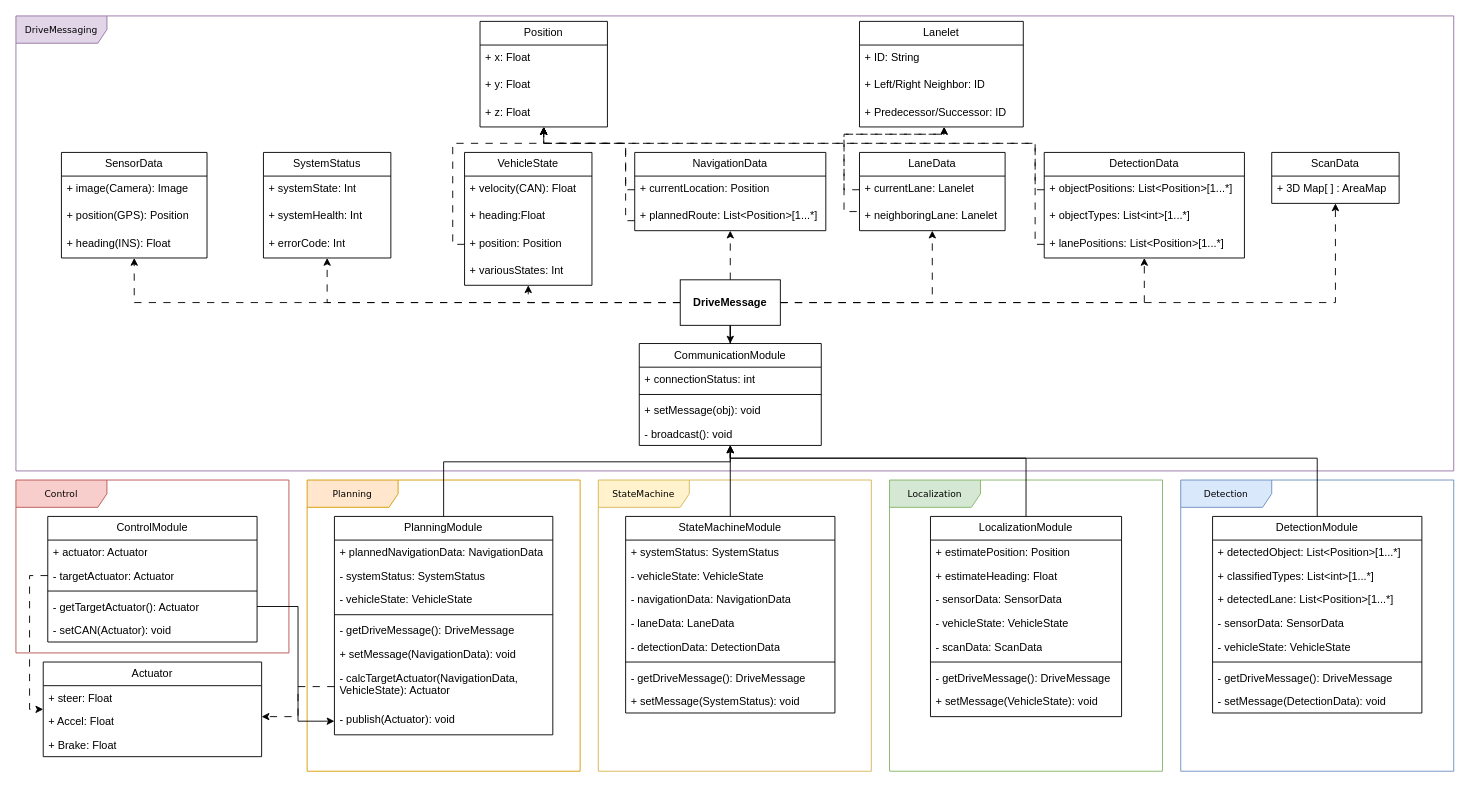
Earlier version of the draw.io diagram document/DriveMessaging.drawio (inha-cvl/mobinha-racing). Source tidied: cells renumbered, new cells numbered last; positions are measured from the earlier drawing's top-left corner, leaving out a move shared by most shapes. Both pictures are drawn from the tidied source at 91%, with x=0, y=0 at pixel (15, 15).
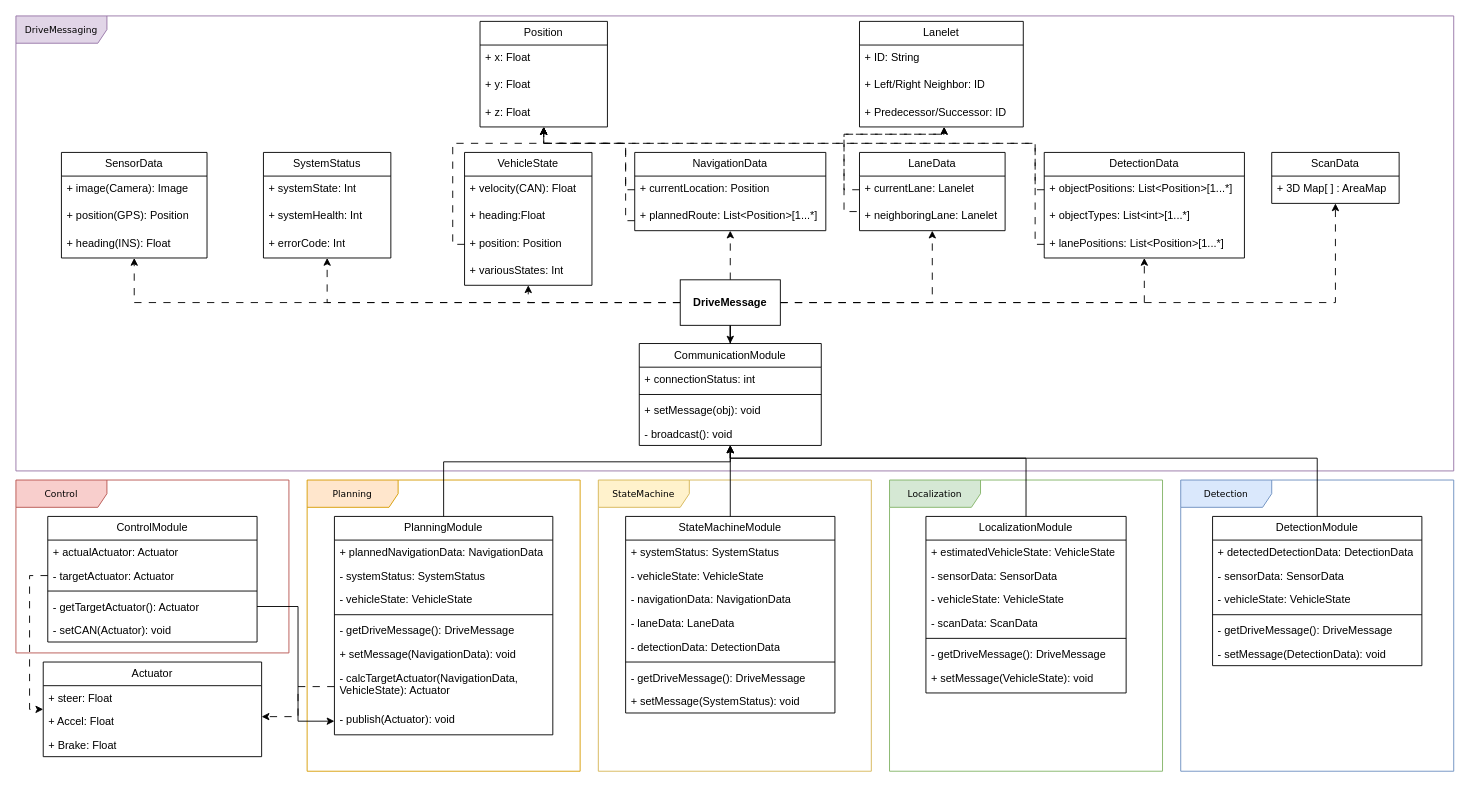
Above is the later version.

The change refers to these unchanged cells:
```xml
<mxCell id="96" value="ControlModule" style="swimlane;fontStyle=0;horizontal=1;startSize=26;fillColor=none;whiteSpace=wrap;html=1;" parent="1" vertex="1">
  <mxGeometry x="35" y="550" width="230" height="138" as="geometry" />
</mxCell>
```

The edit, as a diff of the source:
```diff
@@
     <mxCell id="56" value="LocalizationModule" style="swimlane;fontStyle=0;horizontal=1;startSize=26;fillColor=none;whiteSpace=wrap;html=1;" parent="1" vertex="1">
-      <mxGeometry x="1005" y="550" width="210" height="220" as="geometry" />
+      <mxGeometry x="1000" y="550" width="220" height="194" as="geometry" />
     </mxCell>
-    <mxCell id="57" value="+ estimatePosition: Position" style="text;strokeColor=none;fillColor=none;align=left;verticalAlign=top;spacingLeft=4;spacingRight=4;overflow=hidden;whiteSpace=wrap;html=1;" parent="56" vertex="1">
-      <mxGeometry y="26" width="210" height="26" as="geometry" />
+    <mxCell id="57" value="+ estimatedVehicleState: VehicleState" style="text;strokeColor=none;fillColor=none;align=left;verticalAlign=top;spacingLeft=4;spacingRight=4;overflow=hidden;whiteSpace=wrap;html=1;" parent="56" vertex="1">
+      <mxGeometry y="26" width="220" height="26" as="geometry" />
     </mxCell>
-    <mxCell id="58" value="+ estimateHeading: Float" style="text;strokeColor=none;fillColor=none;align=left;verticalAlign=top;spacingLeft=4;spacingRight=4;overflow=hidden;whiteSpace=wrap;html=1;" parent="56" vertex="1">
-      <mxGeometry y="52" width="210" height="26" as="geometry" />
-    </mxCell>
     <mxCell id="59" value="- sensorData: SensorData" style="text;strokeColor=none;fillColor=none;align=left;verticalAlign=top;spacingLeft=4;spacingRight=4;overflow=hidden;whiteSpace=wrap;html=1;" parent="56" vertex="1">
-      <mxGeometry y="78" width="210" height="26" as="geometry" />
+      <mxGeometry y="52" width="220" height="26" as="geometry" />
     </mxCell>
     <mxCell id="60" value="- vehicleState: VehicleState" style="text;strokeColor=none;fillColor=none;align=left;verticalAlign=top;spacingLeft=4;spacingRight=4;overflow=hidden;whiteSpace=wrap;html=1;" parent="56" vertex="1">
-      <mxGeometry y="104" width="210" height="26" as="geometry" />
+      <mxGeometry y="78" width="220" height="26" as="geometry" />
     </mxCell>
     <mxCell id="61" value="- scanData: ScanData" style="text;strokeColor=none;fillColor=none;align=left;verticalAlign=top;spacingLeft=4;spacingRight=4;overflow=hidden;whiteSpace=wrap;html=1;" parent="56" vertex="1">
-      <mxGeometry y="130" width="210" height="26" as="geometry" />
+      <mxGeometry y="104" width="220" height="26" as="geometry" />
     </mxCell>
     <mxCell id="62" style="line;strokeWidth=1;fillColor=none;align=left;verticalAlign=middle;spacingTop=-1;spacingLeft=3;spacingRight=3;labelPosition=right;strokeColor=inherit;" parent="56" vertex="1">
-      <mxGeometry y="156" width="210" height="8" as="geometry" />
+      <mxGeometry y="130" width="220" height="8" as="geometry" />
     </mxCell>
     <mxCell id="63" value="- getDriveMessage(): DriveMessage" style="text;strokeColor=none;fillColor=none;align=left;verticalAlign=top;spacingLeft=4;spacingRight=4;overflow=hidden;whiteSpace=wrap;html=1;" parent="56" vertex="1">
-      <mxGeometry y="164" width="210" height="26" as="geometry" />
+      <mxGeometry y="138" width="220" height="26" as="geometry" />
     </mxCell>
     <mxCell id="64" value="+ setMessage(VehicleState): void" style="text;strokeColor=none;fillColor=none;align=left;verticalAlign=top;spacingLeft=4;spacingRight=4;overflow=hidden;whiteSpace=wrap;html=1;" parent="56" vertex="1">
-      <mxGeometry y="190" width="210" height="30" as="geometry" />
+      <mxGeometry y="164" width="220" height="30" as="geometry" />
     </mxCell>
@@
     <mxCell id="66" value="DetectionModule" style="swimlane;fontStyle=0;horizontal=1;startSize=26;fillColor=none;whiteSpace=wrap;html=1;" parent="1" vertex="1">
-      <mxGeometry x="1315" y="550" width="230" height="216" as="geometry" />
+      <mxGeometry x="1315" y="550" width="230" height="164" as="geometry" />
     </mxCell>
-    <mxCell id="67" value="+ detectedObject: List&amp;lt;Position&amp;gt;[1...*]" style="text;strokeColor=none;fillColor=none;align=left;verticalAlign=top;spacingLeft=4;spacingRight=4;overflow=hidden;whiteSpace=wrap;html=1;" parent="66" vertex="1">
+    <mxCell id="67" value="+ detectedDetectionData: DetectionData" style="text;strokeColor=none;fillColor=none;align=left;verticalAlign=top;spacingLeft=4;spacingRight=4;overflow=hidden;whiteSpace=wrap;html=1;" parent="66" vertex="1">
       <mxGeometry y="26" width="230" height="26" as="geometry" />
     </mxCell>
-    <mxCell id="68" value="+ classifiedTypes: List&amp;lt;int&amp;gt;[1...*]" style="text;strokeColor=none;fillColor=none;align=left;verticalAlign=top;spacingLeft=4;spacingRight=4;overflow=hidden;whiteSpace=wrap;html=1;" parent="66" vertex="1">
-      <mxGeometry y="52" width="230" height="26" as="geometry" />
-    </mxCell>
-    <mxCell id="69" value="+ detectedLane: List&amp;lt;Position&amp;gt;[1...*]" style="text;strokeColor=none;fillColor=none;align=left;verticalAlign=top;spacingLeft=4;spacingRight=4;overflow=hidden;whiteSpace=wrap;html=1;" parent="66" vertex="1">
-      <mxGeometry y="78" width="230" height="26" as="geometry" />
-    </mxCell>
     <mxCell id="70" value="- sensorData: SensorData" style="text;strokeColor=none;fillColor=none;align=left;verticalAlign=top;spacingLeft=4;spacingRight=4;overflow=hidden;whiteSpace=wrap;html=1;" parent="66" vertex="1">
-      <mxGeometry y="104" width="230" height="26" as="geometry" />
+      <mxGeometry y="52" width="230" height="26" as="geometry" />
     </mxCell>
     <mxCell id="71" value="- vehicleState: VehicleState" style="text;strokeColor=none;fillColor=none;align=left;verticalAlign=top;spacingLeft=4;spacingRight=4;overflow=hidden;whiteSpace=wrap;html=1;" parent="66" vertex="1">
-      <mxGeometry y="130" width="230" height="26" as="geometry" />
+      <mxGeometry y="78" width="230" height="26" as="geometry" />
     </mxCell>
     <mxCell id="72" style="line;strokeWidth=1;fillColor=none;align=left;verticalAlign=middle;spacingTop=-1;spacingLeft=3;spacingRight=3;labelPosition=right;strokeColor=inherit;" parent="66" vertex="1">
-      <mxGeometry y="156" width="230" height="8" as="geometry" />
+      <mxGeometry y="104" width="230" height="8" as="geometry" />
     </mxCell>
     <mxCell id="73" value="- getDriveMessage(): DriveMessage" style="text;strokeColor=none;fillColor=none;align=left;verticalAlign=top;spacingLeft=4;spacingRight=4;overflow=hidden;whiteSpace=wrap;html=1;" parent="66" vertex="1">
-      <mxGeometry y="164" width="230" height="26" as="geometry" />
+      <mxGeometry y="112" width="230" height="26" as="geometry" />
     </mxCell>
     <mxCell id="74" value="- setMessage(DetectionData): void" style="text;strokeColor=none;fillColor=none;align=left;verticalAlign=top;spacingLeft=4;spacingRight=4;overflow=hidden;whiteSpace=wrap;html=1;" parent="66" vertex="1">
-      <mxGeometry y="190" width="230" height="26" as="geometry" />
+      <mxGeometry y="138" width="230" height="26" as="geometry" />
     </mxCell>
@@
-    <mxCell id="97" value="+ actuator: Actuator" style="text;strokeColor=none;fillColor=none;align=left;verticalAlign=top;spacingLeft=4;spacingRight=4;overflow=hidden;whiteSpace=wrap;html=1;" parent="96" vertex="1">
+    <mxCell id="97" value="+ actualActuator: Actuator" style="text;strokeColor=none;fillColor=none;align=left;verticalAlign=top;spacingLeft=4;spacingRight=4;overflow=hidden;whiteSpace=wrap;html=1;" parent="96" vertex="1">
       <mxGeometry y="26" width="230" height="26" as="geometry" />
     </mxCell>
```
